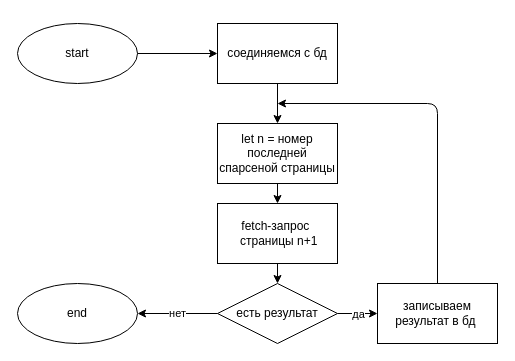
Before: docs/parser.drawio in azatmagdeev/100kino, a draw.io diagram. Source tidied: cells renumbered, new cells numbered last; positions are measured from the earlier drawing's top-left corner, leaving out a move shared by most shapes. Both pictures are drawn from the tidied source at 100%, with x=0, y=0 at pixel (17, 23).
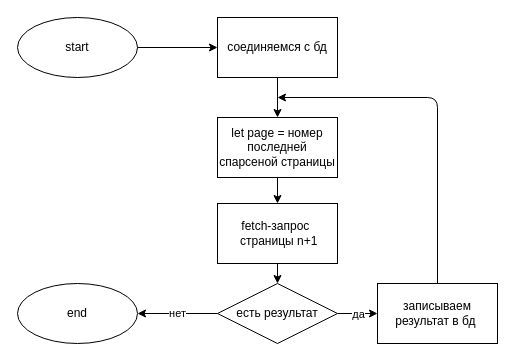
Above is the later version.

Diff of the diagram source:
```diff
@@
 <mxGraphModel>
   <root>
     <mxCell id="0" />
     <mxCell id="1" parent="0" />
     <mxCell id="2" value="start" style="ellipse;whiteSpace=wrap;html=1;" parent="1" vertex="1">
-      <mxGeometry width="120" height="60" as="geometry" />
+      <mxGeometry y="-6" width="120" height="60" as="geometry" />
     </mxCell>
     <mxCell id="3" style="edgeStyle=orthogonalEdgeStyle;rounded=0;orthogonalLoop=1;jettySize=auto;html=1;exitX=0.5;exitY=1;exitDx=0;exitDy=0;" parent="1" edge="1" source="2" target="2">
       <mxGeometry relative="1" as="geometry" />
     </mxCell>
     <mxCell id="4" value="соединяемся с бд" style="rounded=0;whiteSpace=wrap;html=1;" parent="1" vertex="1">
-      <mxGeometry x="200" width="120" height="60" as="geometry" />
+      <mxGeometry x="200" y="-6" width="120" height="60" as="geometry" />
     </mxCell>
-    <mxCell id="5" value="let n = номер последней спарсеной страницы" style="rounded=0;whiteSpace=wrap;html=1;" parent="1" vertex="1">
-      <mxGeometry x="200" y="100" width="120" height="60" as="geometry" />
+    <mxCell id="5" value="let page = номер последней спарсеной страницы" style="rounded=0;whiteSpace=wrap;html=1;" parent="1" vertex="1">
+      <mxGeometry x="200" y="94" width="120" height="60" as="geometry" />
     </mxCell>
     <mxCell id="6" value="fetch-запрос&amp;nbsp; &amp;nbsp;страницы n+1" style="rounded=0;whiteSpace=wrap;html=1;" parent="1" vertex="1">
       <mxGeometry x="200" y="180" width="120" height="60" as="geometry" />
     </mxCell>
     <mxCell id="7" value="записываем результат в бд&amp;nbsp;" style="rounded=0;whiteSpace=wrap;html=1;" parent="1" vertex="1">
       <mxGeometry x="360" y="260" width="120" height="60" as="geometry" />
     </mxCell>
     <mxCell id="8" value="есть результат" style="rhombus;whiteSpace=wrap;html=1;" parent="1" vertex="1">
       <mxGeometry x="200" y="260" width="120" height="60" as="geometry" />
     </mxCell>
     <mxCell id="9" style="endArrow=classic;html=1;exitX=1;exitY=0.5;exitDx=0;exitDy=0;entryX=0;entryY=0.5;entryDx=0;entryDy=0;" parent="1" edge="1" source="8" target="7">
       <mxGeometry relative="1" as="geometry" />
     </mxCell>
     <mxCell id="10" value="да" style="edgeLabel;html=1;align=center;verticalAlign=middle;" parent="9" vertex="1">
       <mxGeometry relative="1" as="geometry" />
     </mxCell>
     <mxCell id="11" style="endArrow=classic;html=1;exitX=1;exitY=0.5;exitDx=0;exitDy=0;entryX=0;entryY=0.5;entryDx=0;entryDy=0;" parent="1" edge="1" source="2" target="4">
       <mxGeometry relative="1" as="geometry" />
     </mxCell>
     <mxCell id="12" style="endArrow=classic;html=1;exitX=0.5;exitY=1;exitDx=0;exitDy=0;entryX=0.5;entryY=0;entryDx=0;entryDy=0;" parent="1" edge="1" source="4" target="5">
       <mxGeometry relative="1" as="geometry" />
     </mxCell>
     <mxCell id="13" style="endArrow=classic;html=1;exitX=0.5;exitY=1;exitDx=0;exitDy=0;entryX=0.5;entryY=0;entryDx=0;entryDy=0;" parent="1" edge="1" source="5" target="6">
       <mxGeometry relative="1" as="geometry" />
     </mxCell>
     <mxCell id="14" style="endArrow=classic;html=1;exitX=0.5;exitY=1;exitDx=0;exitDy=0;entryX=0.5;entryY=0;entryDx=0;entryDy=0;" parent="1" edge="1" source="6" target="8">
       <mxGeometry relative="1" as="geometry" />
     </mxCell>
     <mxCell id="15" style="endArrow=classic;html=1;exitX=0.5;exitY=0;exitDx=0;exitDy=0;" parent="1" edge="1" source="7">
       <mxGeometry relative="1" as="geometry">
-        <mxPoint x="260" y="80" as="targetPoint" />
+        <mxPoint x="260" y="74" as="targetPoint" />
         <Array as="points">
-          <mxPoint x="420" y="80" />
+          <mxPoint x="420" y="74" />
         </Array>
       </mxGeometry>
     </mxCell>
     <mxCell id="16" value="нет" style="endArrow=classic;html=1;exitX=0;exitY=0.5;exitDx=0;exitDy=0;" parent="1" edge="1" source="8" target="17">
       <mxGeometry relative="1" as="geometry" />
     </mxCell>
     <mxCell id="17" value="end" style="ellipse;whiteSpace=wrap;html=1;" parent="1" vertex="1">
       <mxGeometry y="260" width="120" height="60" as="geometry" />
     </mxCell>
   </root>
 </mxGraphModel>
```
